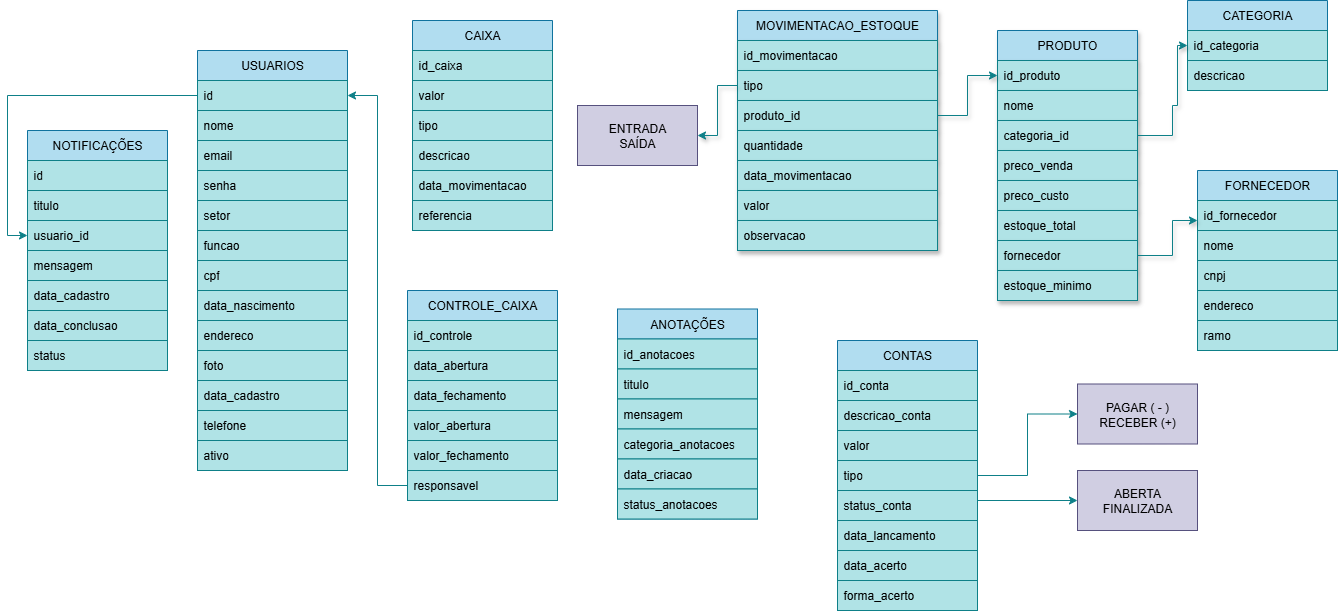
Before: db/planta.png, a diagram exported from draw.io (ozeiasTI/Shop). Source tidied: cells renumbered, new cells last; positions are measured from the earlier drawing's top-left corner, leaving out a move shared by most shapes.
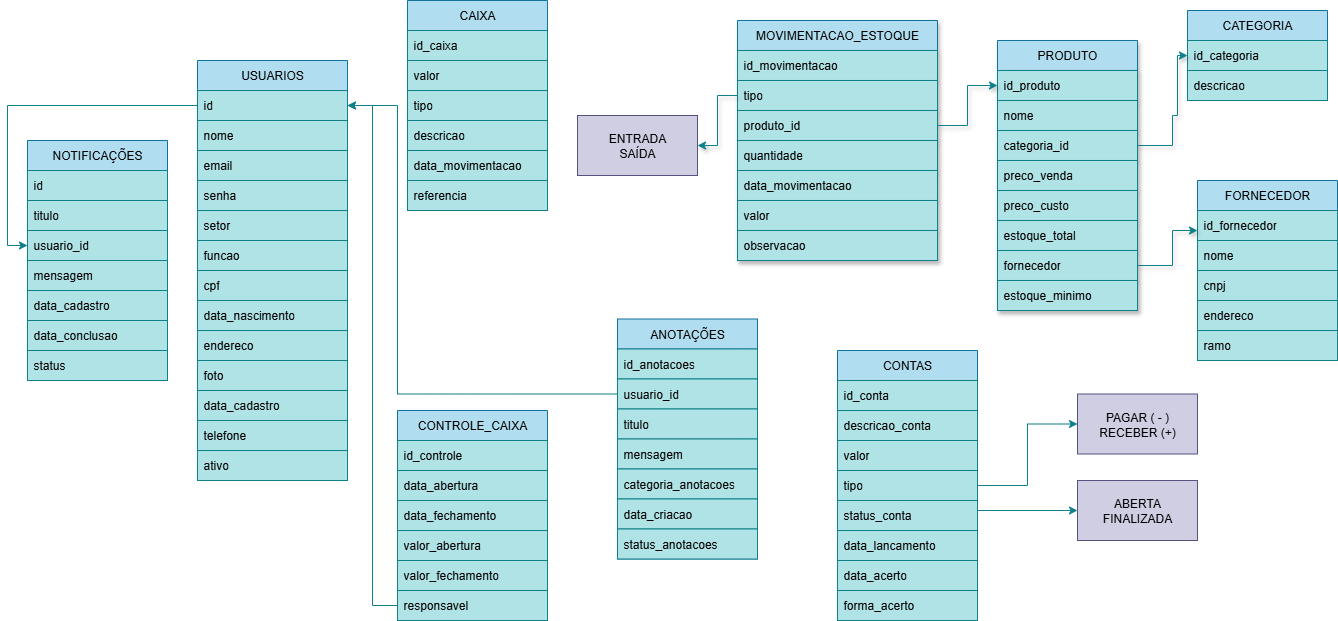
After the commit.

Diff of the diagram source:
```diff
@@ -108,7 +108,7 @@
       <mxGeometry relative="1" as="geometry" />
     </mxCell>
     <mxCell id="33" value="CAIXA" style="swimlane;fontStyle=0;horizontal=1;startSize=30;whiteSpace=wrap;html=1;fillColor=#b1ddf0;strokeColor=#10739e;" parent="1" vertex="1">
-      <mxGeometry x="385" y="20" width="140" height="210" as="geometry" />
+      <mxGeometry x="380" y="-10" width="140" height="210" as="geometry" />
     </mxCell>
     <mxCell id="34" value="id_caixa" style="text;strokeColor=#0e8088;fillColor=#b0e3e6;align=left;verticalAlign=middle;spacingLeft=4;spacingRight=4;overflow=hidden;whiteSpace=wrap;html=1;" parent="33" vertex="1">
       <mxGeometry y="30" width="140" height="30" as="geometry" />
@@ -174,28 +174,31 @@
       <mxGeometry relative="1" as="geometry" />
     </mxCell>
     <mxCell id="53" value="ANOTAÇÕES" style="swimlane;fontStyle=0;horizontal=1;startSize=30;whiteSpace=wrap;html=1;fillColor=#b1ddf0;strokeColor=#10739e;" parent="1" vertex="1">
-      <mxGeometry x="590" y="308.5" width="140" height="210" as="geometry" />
+      <mxGeometry x="590" y="308.5" width="140" height="240" as="geometry" />
     </mxCell>
     <mxCell id="54" value="id_anotacoes" style="text;strokeColor=#0e8088;fillColor=#b0e3e6;align=left;verticalAlign=middle;spacingLeft=4;spacingRight=4;overflow=hidden;whiteSpace=wrap;html=1;" parent="53" vertex="1">
       <mxGeometry y="30" width="140" height="30" as="geometry" />
     </mxCell>
+    <mxCell id="91" value="usuario_id" style="text;strokeColor=#0e8088;fillColor=#b0e3e6;align=left;verticalAlign=middle;spacingLeft=4;spacingRight=4;overflow=hidden;points=[[0,0.5],[1,0.5]];portConstraint=eastwest;whiteSpace=wrap;html=1;" parent="53" vertex="1">
+      <mxGeometry y="60" width="140" height="30" as="geometry" />
+    </mxCell>
     <mxCell id="55" value="titulo" style="text;strokeColor=#0e8088;fillColor=#b0e3e6;align=left;verticalAlign=middle;spacingLeft=4;spacingRight=4;overflow=hidden;whiteSpace=wrap;html=1;" parent="53" vertex="1">
-      <mxGeometry y="60" width="140" height="30" as="geometry" />
+      <mxGeometry y="90" width="140" height="30" as="geometry" />
     </mxCell>
     <mxCell id="56" value="mensagem" style="text;strokeColor=#0e8088;fillColor=#b0e3e6;align=left;verticalAlign=middle;spacingLeft=4;spacingRight=4;overflow=hidden;whiteSpace=wrap;html=1;" parent="53" vertex="1">
-      <mxGeometry y="90" width="140" height="30" as="geometry" />
+      <mxGeometry y="120" width="140" height="30" as="geometry" />
     </mxCell>
     <mxCell id="57" value="categoria_anotacoes" style="text;strokeColor=#0e8088;fillColor=#b0e3e6;align=left;verticalAlign=middle;spacingLeft=4;spacingRight=4;overflow=hidden;whiteSpace=wrap;html=1;" parent="53" vertex="1">
-      <mxGeometry y="120" width="140" height="30" as="geometry" />
+      <mxGeometry y="150" width="140" height="30" as="geometry" />
     </mxCell>
     <mxCell id="58" value="data_criacao" style="text;strokeColor=#0e8088;fillColor=#b0e3e6;align=left;verticalAlign=middle;spacingLeft=4;spacingRight=4;overflow=hidden;whiteSpace=wrap;html=1;" parent="53" vertex="1">
-      <mxGeometry y="150" width="140" height="30" as="geometry" />
+      <mxGeometry y="180" width="140" height="30" as="geometry" />
     </mxCell>
     <mxCell id="59" value="status_anotacoes" style="text;strokeColor=#0e8088;fillColor=#b0e3e6;align=left;verticalAlign=middle;spacingLeft=4;spacingRight=4;overflow=hidden;whiteSpace=wrap;html=1;" parent="53" vertex="1">
-      <mxGeometry y="180" width="140" height="30" as="geometry" />
+      <mxGeometry y="210" width="140" height="30" as="geometry" />
     </mxCell>
     <mxCell id="60" value="CONTROLE_CAIXA" style="swimlane;fontStyle=0;horizontal=1;startSize=30;whiteSpace=wrap;html=1;fillColor=#b1ddf0;strokeColor=#10739e;" parent="1" vertex="1">
-      <mxGeometry x="380" y="290" width="150" height="210" as="geometry" />
+      <mxGeometry x="370" y="400" width="150" height="210" as="geometry" />
     </mxCell>
     <mxCell id="61" value="id_controle" style="text;strokeColor=#0e8088;fillColor=#b0e3e6;align=left;verticalAlign=middle;spacingLeft=4;spacingRight=4;overflow=hidden;whiteSpace=wrap;html=1;" parent="60" vertex="1">
       <mxGeometry y="30" width="150" height="30" as="geometry" />
@@ -287,5 +290,13 @@
     <mxCell id="90" style="edgeStyle=orthogonalEdgeStyle;rounded=0;jettySize=auto;html=1;exitX=0;exitY=0.5;exitDx=0;exitDy=0;entryX=0;entryY=0.5;entryDx=0;entryDy=0;fillColor=#b0e3e6;strokeColor=#0e8088;" parent="1" edge="1" source="68" target="85">
       <mxGeometry relative="1" as="geometry" />
     </mxCell>
+    <mxCell id="92" style="edgeStyle=orthogonalEdgeStyle;rounded=0;jettySize=auto;html=1;exitX=0;exitY=0.5;exitDx=0;exitDy=0;fillColor=#b0e3e6;strokeColor=#0e8088;" parent="1" edge="1" source="91" target="68">
+      <mxGeometry relative="1" as="geometry">
+        <Array as="points">
+          <mxPoint x="370" y="384" />
+          <mxPoint x="370" y="95" />
+        </Array>
+      </mxGeometry>
+    </mxCell>
   </root>
 </mxGraphModel>
```
